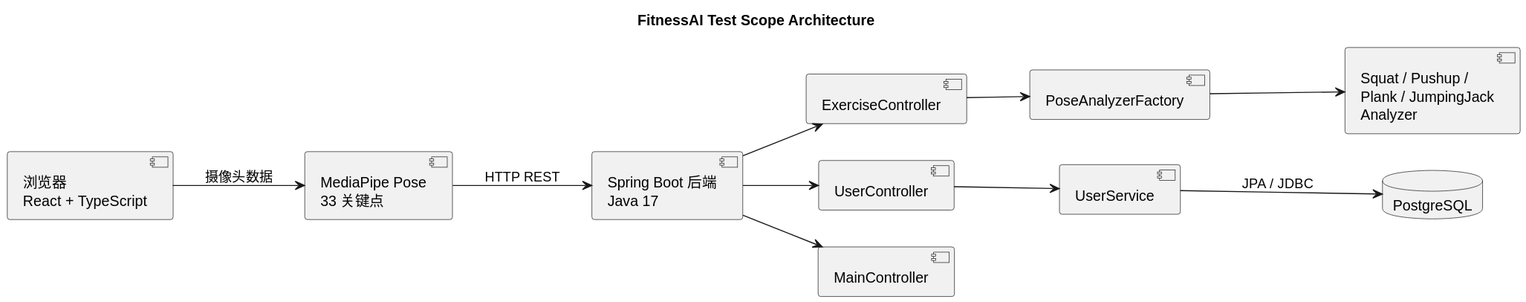
Above: 文档/image/test_plan_architecture.svg in Crohkles/Software-Test-Assignment (PlantUML), before the change. Source of this version:
```plantuml
@startuml
title FitnessAI Test Scope Architecture

skinparam backgroundColor transparent
skinparam shadowing false
left to right direction

component "浏览器\nReact + TypeScript" as Browser
component "MediaPipe Pose\n33 关键点" as MP
component "Spring Boot 后端\nJava 17" as Backend
component "ExerciseController" as EC
component "UserController" as UC
component "MainController" as MC
component "PoseAnalyzerFactory" as PAF
component "Squat / Pushup /\nPlank / JumpingJack\nAnalyzer" as Analyzer
component "UserService" as US
database "PostgreSQL" as DB

Browser --> MP : 摄像头数据
MP --> Backend : HTTP REST
Backend --> EC
Backend --> UC
Backend --> MC
EC --> PAF
PAF --> Analyzer
UC --> US
US --> DB : JPA / JDBC
@enduml
```
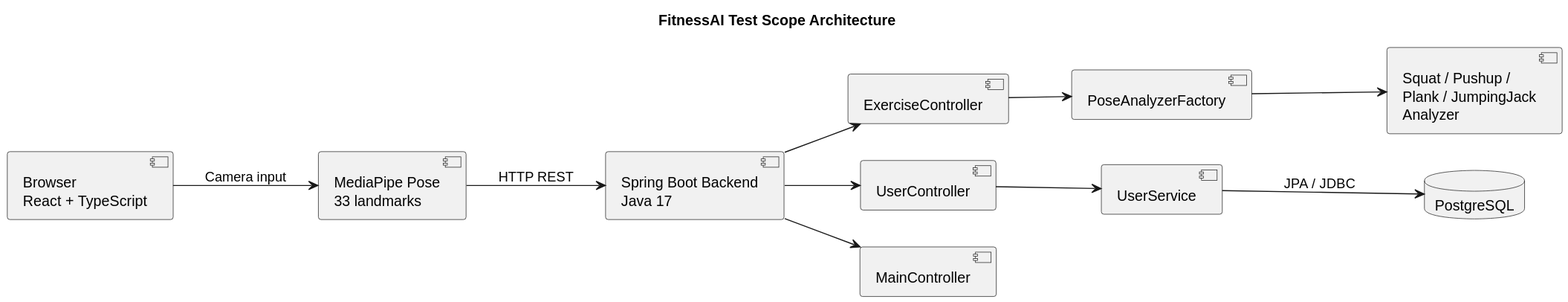
Later version of the same file.

The edit, as a diff of the source:
```diff
@@ -5,9 +5,9 @@
 skinparam shadowing false
 left to right direction
 
-component "浏览器\nReact + TypeScript" as Browser
-component "MediaPipe Pose\n33 关键点" as MP
-component "Spring Boot 后端\nJava 17" as Backend
+component "Browser\nReact + TypeScript" as Browser
+component "MediaPipe Pose\n33 landmarks" as MP
+component "Spring Boot Backend\nJava 17" as Backend
 component "ExerciseController" as EC
 component "UserController" as UC
 component "MainController" as MC
@@ -16,7 +16,7 @@
 component "UserService" as US
 database "PostgreSQL" as DB
 
-Browser --> MP : 摄像头数据
+Browser --> MP : Camera input
 MP --> Backend : HTTP REST
 Backend --> EC
 Backend --> UC
```
